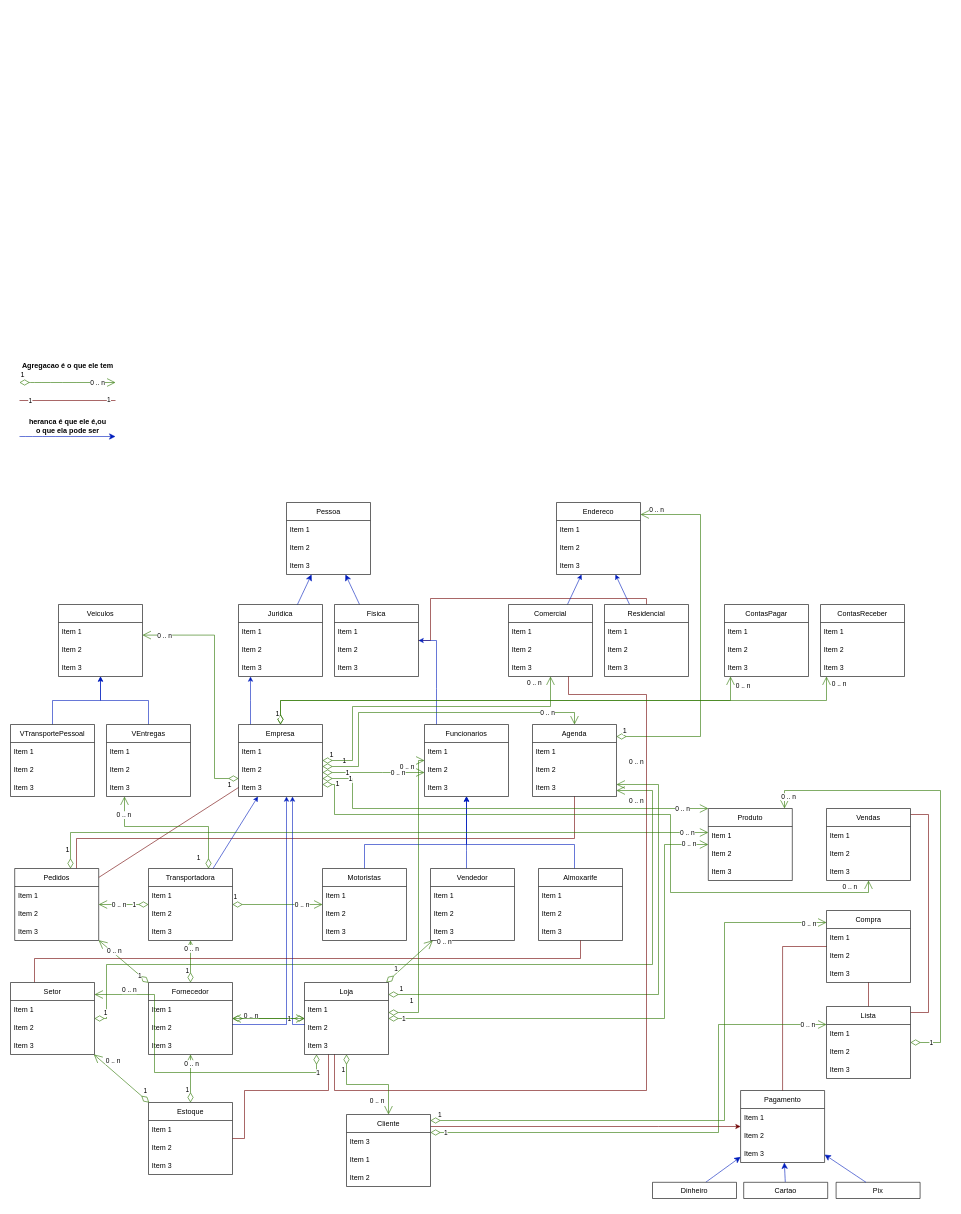
The draw.io diagram Produtos naturais.drawio in 1Kibe/Diagramas, before the edit. Source tidied: cells renumbered, new cells numbered last; positions are measured from the earlier drawing's top-left corner, leaving out a move shared by most shapes. Both pictures are drawn from the tidied source at 60%, with x=0, y=0 at pixel (10, 358).
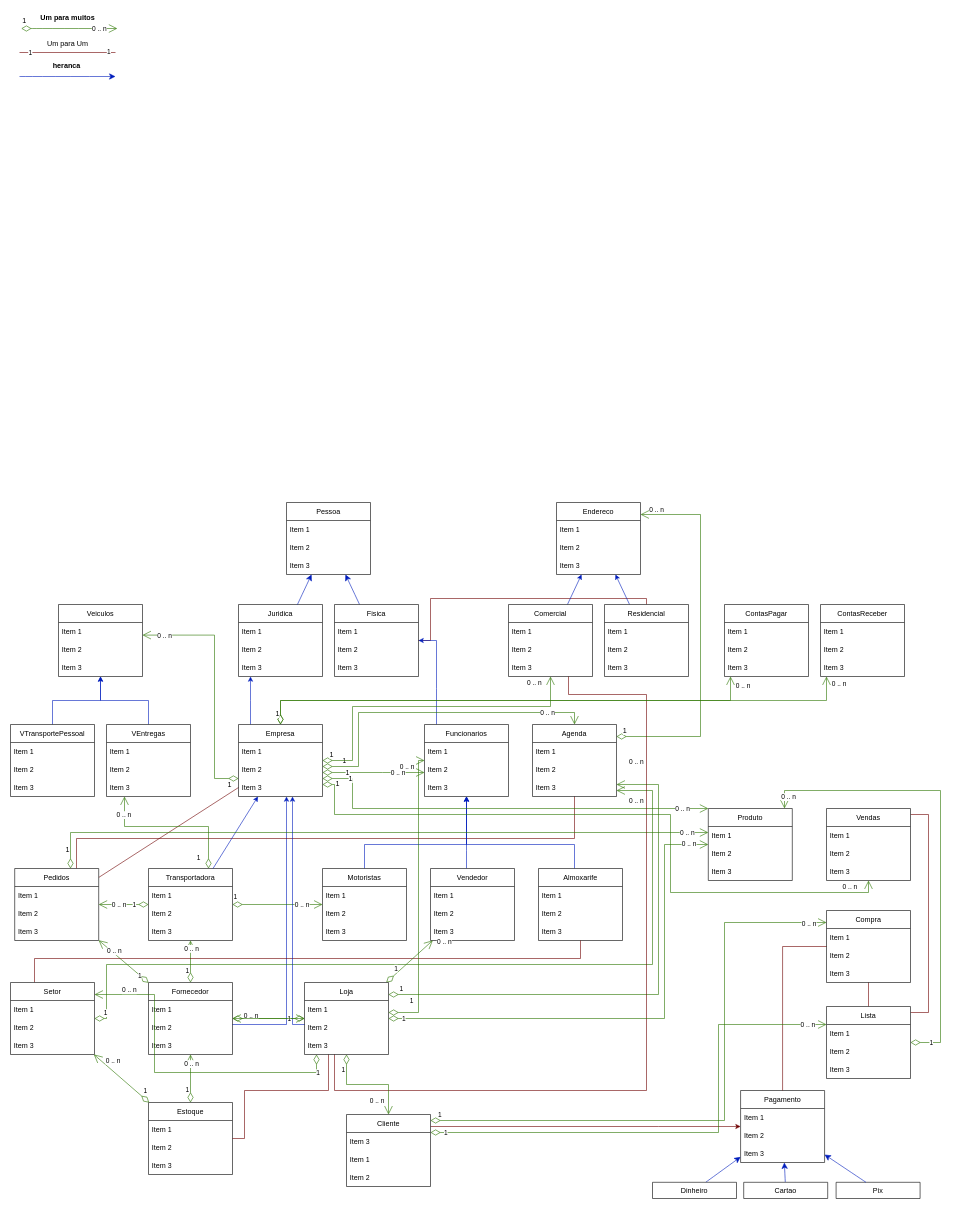
The same diagram, later.

The edit, as a diff of the source:
```diff
@@
     <mxCell id="69" style="edgeStyle=none;curved=1;rounded=0;orthogonalLoop=1;jettySize=auto;html=1;fontSize=12;startSize=8;endSize=8;fillColor=#0050ef;strokeColor=#001DBC;" parent="1" edge="1">
       <mxGeometry relative="1" as="geometry">
-        <mxPoint x="15" y="130" as="sourcePoint" />
-        <mxPoint x="175" y="130" as="targetPoint" />
+        <mxPoint x="15" y="-470" as="sourcePoint" />
+        <mxPoint x="175" y="-470" as="targetPoint" />
       </mxGeometry>
     </mxCell>
@@
-    <mxCell id="88" value="Agregacao é o que ele tem" style="text;align=center;fontStyle=1;verticalAlign=middle;spacingLeft=3;spacingRight=3;strokeColor=none;html=1;" parent="1" vertex="1">
-      <mxGeometry width="190" height="26" as="geometry" />
+    <mxCell id="88" value="Um para muitos" style="text;align=center;fontStyle=1;verticalAlign=middle;spacingLeft=3;spacingRight=3;strokeColor=none;html=1;" parent="1" vertex="1">
+      <mxGeometry y="-580" width="190" height="26" as="geometry" />
     </mxCell>
     <mxCell id="89" value="1" style="endArrow=open;html=1;endSize=12;startArrow=diamondThin;startSize=14;startFill=0;edgeStyle=orthogonalEdgeStyle;align=left;verticalAlign=bottom;rounded=0;fontSize=12;curved=1;fillColor=#60a917;strokeColor=#2D7600;" parent="1" edge="1">
       <mxGeometry x="-1" y="3" relative="1" as="geometry">
-        <mxPoint x="15" y="40" as="sourcePoint" />
-        <mxPoint x="175" y="40" as="targetPoint" />
+        <mxPoint x="18" y="-550" as="sourcePoint" />
+        <mxPoint x="178" y="-550" as="targetPoint" />
       </mxGeometry>
     </mxCell>
@@
-    <mxCell id="91" value="heranca é que ele é,ou&lt;br&gt;o que ela pode ser" style="text;align=center;fontStyle=1;verticalAlign=middle;spacingLeft=3;spacingRight=3;strokeColor=none;html=1;" parent="1" vertex="1">
-      <mxGeometry y="100" width="190" height="26" as="geometry" />
+    <mxCell id="91" value="heranca&amp;nbsp;" style="text;align=center;fontStyle=1;verticalAlign=middle;spacingLeft=3;spacingRight=3;strokeColor=none;html=1;" parent="1" vertex="1">
+      <mxGeometry y="-500" width="190" height="26" as="geometry" />
     </mxCell>
@@
     <mxCell id="138" style="edgeStyle=none;curved=1;rounded=0;orthogonalLoop=1;jettySize=auto;html=1;fontSize=12;startSize=8;endSize=8;endArrow=none;startFill=0;fillColor=#a20025;strokeColor=#6F0000;" parent="1" edge="1">
       <mxGeometry relative="1" as="geometry">
-        <mxPoint x="15" y="70" as="sourcePoint" />
-        <mxPoint x="175" y="70" as="targetPoint" />
+        <mxPoint x="15" y="-510" as="sourcePoint" />
+        <mxPoint x="175" y="-510" as="targetPoint" />
         <Array as="points">
-          <mxPoint x="90" y="70" />
+          <mxPoint x="90" y="-510" />
         </Array>
       </mxGeometry>
     </mxCell>
@@
+    <mxCell id="215" value="Um para Um" style="text;html=1;align=center;verticalAlign=middle;strokeColor=none;fillColor=none;" parent="1" vertex="1">
+      <mxGeometry x="50" y="-540" width="90" height="30" as="geometry" />
+    </mxCell>
```
